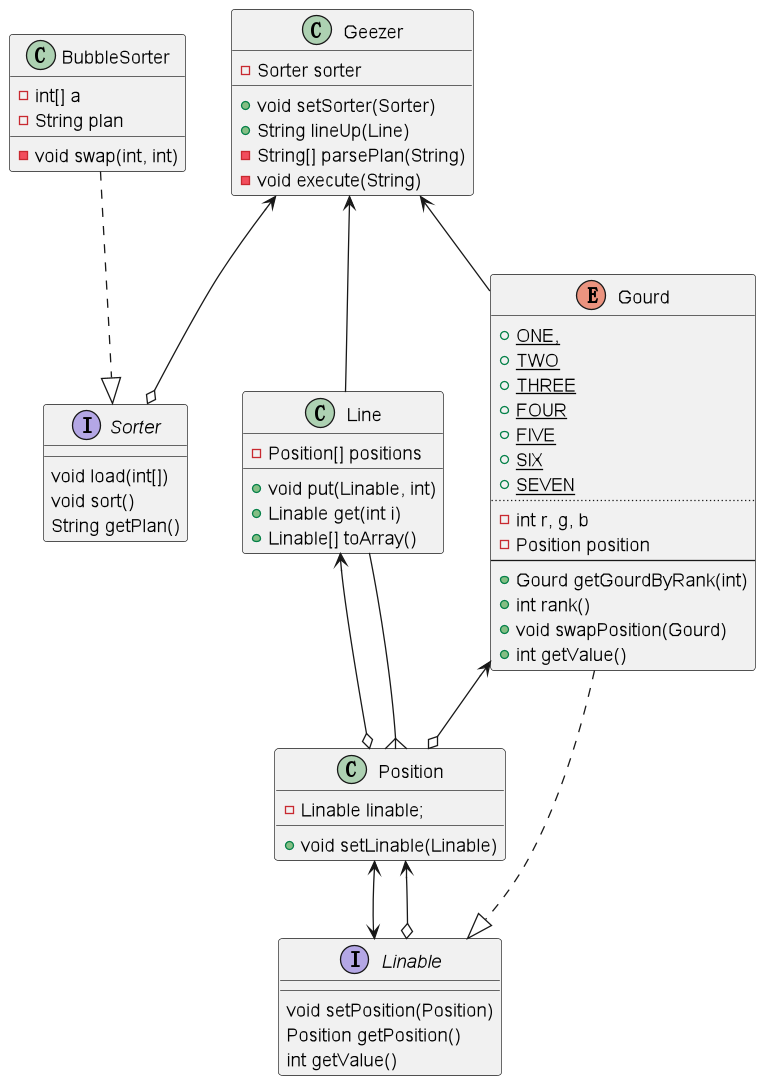
The PlantUML diagram imglib/javahw2/task1_class.png in Kekwy/kekwy.github.io, before a commit.
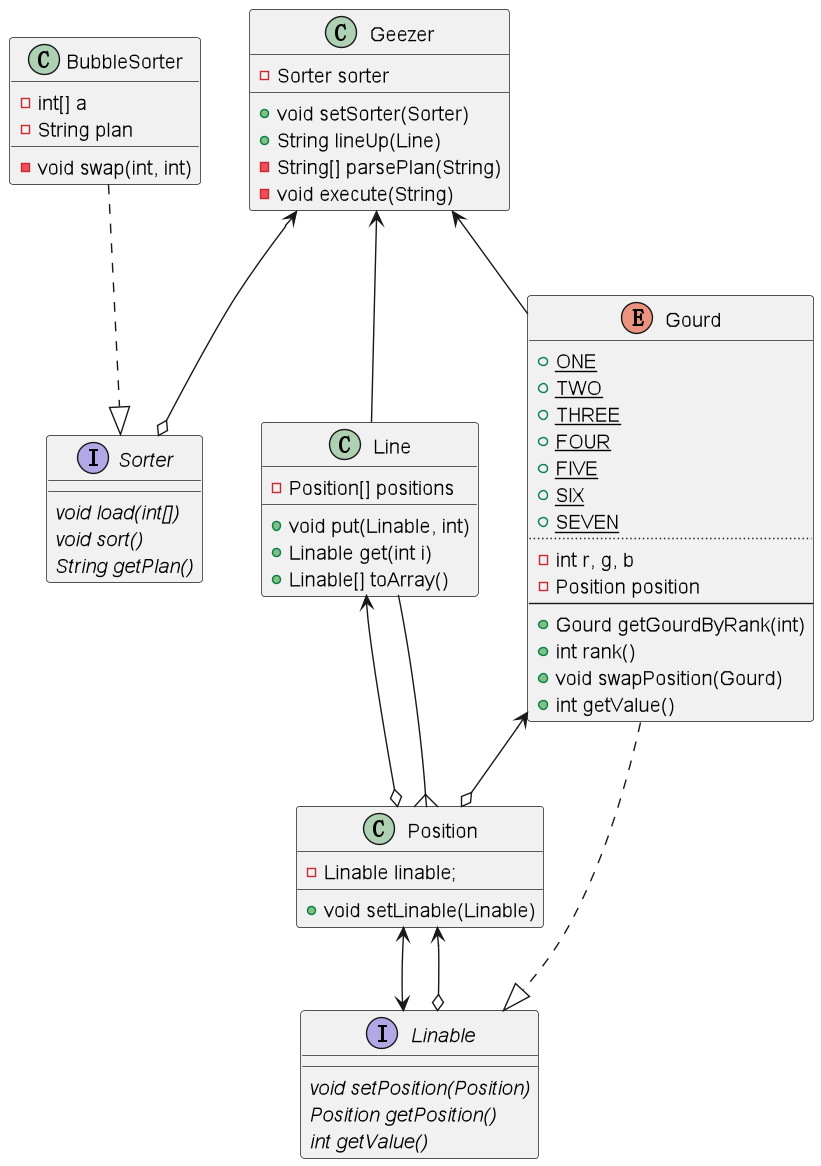
After the commit.

The edit, as a diff of the source:
```diff
@@ -1,15 +1,15 @@
 @startuml
 
 interface Sorter {
-    void load(int[])
-    void sort()
-    String getPlan()
+    {abstract}void load(int[])
+    {abstract}void sort()
+    {abstract}String getPlan()
 }
 
 interface Linable {
-    void setPosition(Position)
-    Position getPosition()
-    int getValue()
+    {abstract}void setPosition(Position)
+    {abstract}Position getPosition()
+    {abstract}int getValue()
 }
 
 class Line {
@@ -40,7 +40,7 @@
 }
 
 enum Gourd {
-    + {static}ONE,
+    + {static}ONE
     + {static}TWO
     + {static}THREE
     + {static}FOUR
```
